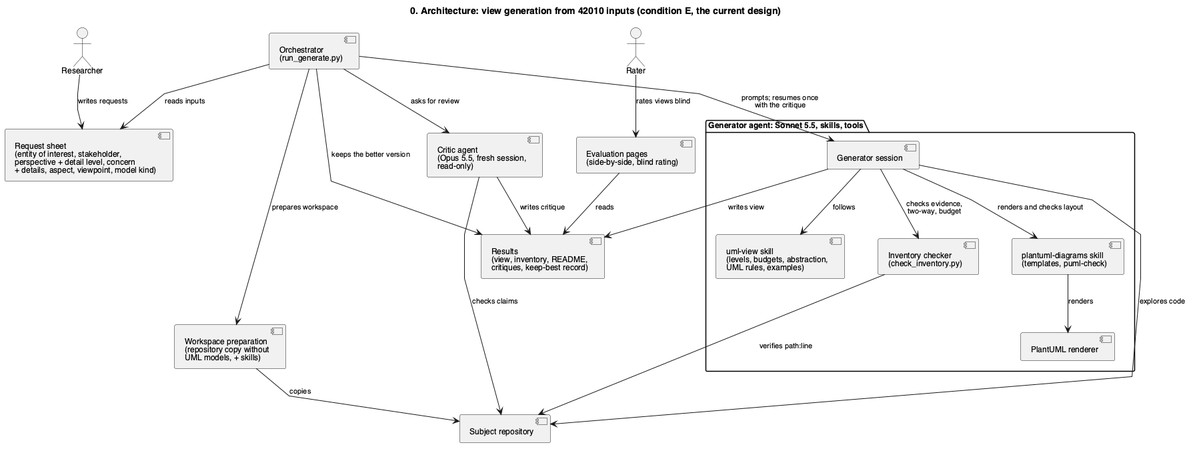
sa4s-serc/task2View keeps this PlantUML diagram as experiments/view-generation-2026-10/docs/architecture.png. Above is the earlier version. Its diagram source:
```plantuml
@startuml
title 0. Architecture: view generation from 42010 inputs (condition E, the current design)
skinparam linetype polyline
skinparam nodesep 50
skinparam ranksep 55
skinparam defaultFontName Helvetica
skinparam defaultFontSize 12
skinparam ArrowFontSize 11

actor "Researcher" as researcher
actor "Rater" as rater

component "Request sheet\n(entity of interest, stakeholder,\nperspective + detail level, concern\n+ details, aspect, viewpoint, model kind)" as sheet
component "Orchestrator\n(run_generate.py)" as orch
component "Workspace preparation\n(repository copy without\nUML models, + skills)" as prep
component "Subject repository" as repo

package "Generator agent: Sonnet 5.5, skills, tools" as genpkg {
  component "Generator session" as gen
  component "uml-view skill\n(levels, budgets, abstraction,\nUML rules, examples)" as skill
  component "plantuml-diagrams skill\n(templates, puml-check)" as pskill
  component "Inventory checker\n(check_inventory.py)" as chk
  component "PlantUML renderer" as plantuml
}

component "Critic agent\n(Opus 5.5, fresh session,\nread-only)" as critic
component "Results\n(view, inventory, README,\ncritiques, keep-best record)" as results
component "Evaluation pages\n(side-by-side, blind rating)" as pages

researcher --> sheet : writes requests
orch --> sheet : reads inputs
orch --> prep : prepares workspace
prep --> repo : copies
orch --> gen : prompts; resumes once\nwith the critique
gen --> skill : follows
gen --> pskill : renders and checks layout
pskill --> plantuml : renders
gen --> chk : checks evidence,\ntwo-way, budget
chk ---> repo : verifies path:line
gen --> repo : explores code
orch --> critic : asks for review
critic --> repo : checks claims
critic --> results : writes critique
gen --> results : writes view
orch --> results : keeps the better version
pages --> results : reads
rater --> pages : rates views blind
@enduml
```
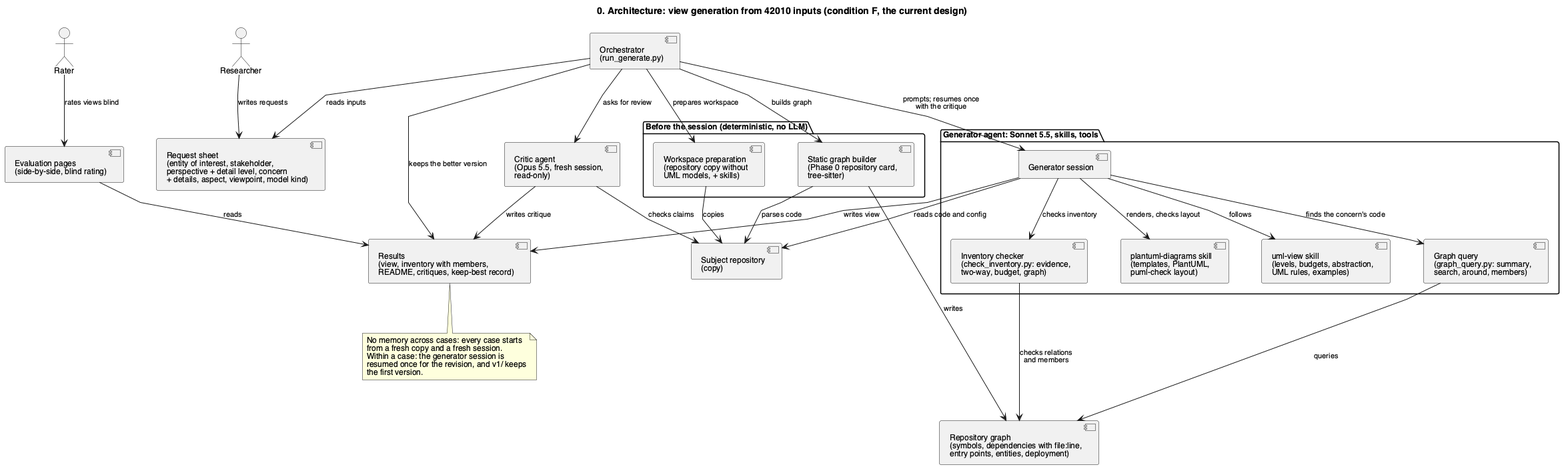
Later version of the same file.

Commit message:
docs: architecture diagram for condition F

What changed in the source:
```diff
@@ -1,8 +1,8 @@
 @startuml
-title 0. Architecture: view generation from 42010 inputs (condition E, the current design)
+title 0. Architecture: view generation from 42010 inputs (condition F, the current design)
 skinparam linetype polyline
 skinparam nodesep 50
-skinparam ranksep 55
+skinparam ranksep 60
 skinparam defaultFontName Helvetica
 skinparam defaultFontSize 12
 skinparam ArrowFontSize 11
@@ -12,32 +12,49 @@
 
 component "Request sheet\n(entity of interest, stakeholder,\nperspective + detail level, concern\n+ details, aspect, viewpoint, model kind)" as sheet
 component "Orchestrator\n(run_generate.py)" as orch
-component "Workspace preparation\n(repository copy without\nUML models, + skills)" as prep
-component "Subject repository" as repo
+
+package "Before the session (deterministic, no LLM)" as before {
+  component "Workspace preparation\n(repository copy without\nUML models, + skills)" as prep
+  component "Static graph builder\n(Phase 0 repository card,\ntree-sitter)" as builder
+}
+component "Subject repository\n(copy)" as repo
+component "Repository graph\n(symbols, dependencies with file:line,\nentry points, entities, deployment)" as graph
 
 package "Generator agent: Sonnet 5.5, skills, tools" as genpkg {
   component "Generator session" as gen
   component "uml-view skill\n(levels, budgets, abstraction,\nUML rules, examples)" as skill
-  component "plantuml-diagrams skill\n(templates, puml-check)" as pskill
-  component "Inventory checker\n(check_inventory.py)" as chk
-  component "PlantUML renderer" as plantuml
+  component "Graph query\n(graph_query.py: summary,\nsearch, around, members)" as gq
+  component "Inventory checker\n(check_inventory.py: evidence,\ntwo-way, budget, graph)" as chk
+  component "plantuml-diagrams skill\n(templates, PlantUML,\npuml-check layout)" as pskill
 }
 
 component "Critic agent\n(Opus 5.5, fresh session,\nread-only)" as critic
-component "Results\n(view, inventory, README,\ncritiques, keep-best record)" as results
+component "Results\n(view, inventory with members,\nREADME, critiques, keep-best record)" as results
 component "Evaluation pages\n(side-by-side, blind rating)" as pages
+
+note bottom of results
+  No memory across cases: every case starts
+  from a fresh copy and a fresh session.
+  Within a case: the generator session is
+  resumed once for the revision, and v1/ keeps
+  the first version.
+end note
 
 researcher --> sheet : writes requests
 orch --> sheet : reads inputs
 orch --> prep : prepares workspace
 prep --> repo : copies
+orch --> builder : builds graph
+builder --> repo : parses code
+builder --> graph : writes
 orch --> gen : prompts; resumes once\nwith the critique
 gen --> skill : follows
-gen --> pskill : renders and checks layout
-pskill --> plantuml : renders
-gen --> chk : checks evidence,\ntwo-way, budget
-chk ---> repo : verifies path:line
-gen --> repo : explores code
+gen --> gq : finds the concern's code
+gq --> graph : queries
+gen --> repo : reads code and config
+gen --> chk : checks inventory
+chk ---> graph : checks relations\nand members
+gen --> pskill : renders, checks layout
 orch --> critic : asks for review
 critic --> repo : checks claims
 critic --> results : writes critique
```
